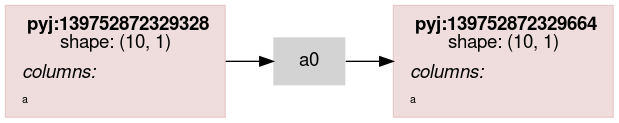
Before: scripts/rdflog/a0.ttl.dot.png, a diagram exported from Graphviz (asmirnov69/pyjviz-poc). Its source is kept beside it as scripts/rdflog/a0.ttl.dot.
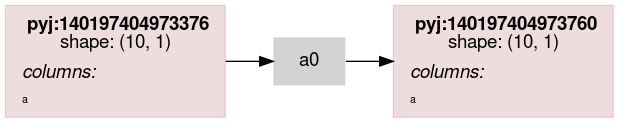
Later version of the same file.

Diff of the diagram source:
```diff
@@ -14,7 +14,7 @@
                 color="#88000022"
                 shape = rect
                 label = <<table border="0" cellborder="0" cellspacing="0" cellpadding="4">
-                         <tr> <td> <b>pyj:139752872329328</b><br/>shape: (10, 1)</td> </tr>
+                         <tr> <td> <b>pyj:140197404973376</b><br/>shape: (10, 1)</td> </tr>
                          <tr> <td align="left"><i>columns:</i><br align="left"/></td></tr>
                 <tr><td align="left"><FONT POINT-SIZE="8px">a</FONT></td></tr>
                          </table>>
@@ -23,7 +23,7 @@
                 color="#88000022"
                 shape = rect
                 label = <<table border="0" cellborder="0" cellspacing="0" cellpadding="4">
-                         <tr> <td> <b>pyj:139752872329664</b><br/>shape: (10, 1)</td> </tr>
+                         <tr> <td> <b>pyj:140197404973760</b><br/>shape: (10, 1)</td> </tr>
                          <tr> <td align="left"><i>columns:</i><br align="left"/></td></tr>
                 <tr><td align="left"><FONT POINT-SIZE="8px">a</FONT></td></tr>
                          </table>>
```
